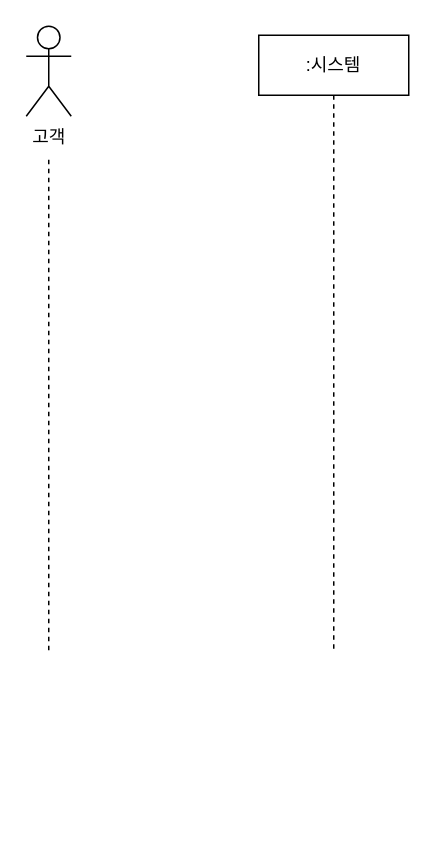
dbsrudrla/diagram keeps this draw.io diagram as 시분설_5번과제.drawio. Above is the earlier version. Source tidied: cells renumbered, new cells numbered last; positions are measured from the earlier drawing's top-left corner, leaving out a move shared by most shapes. Both pictures are drawn from the tidied source at 150%, with x=0, y=0 at pixel (26, 26).
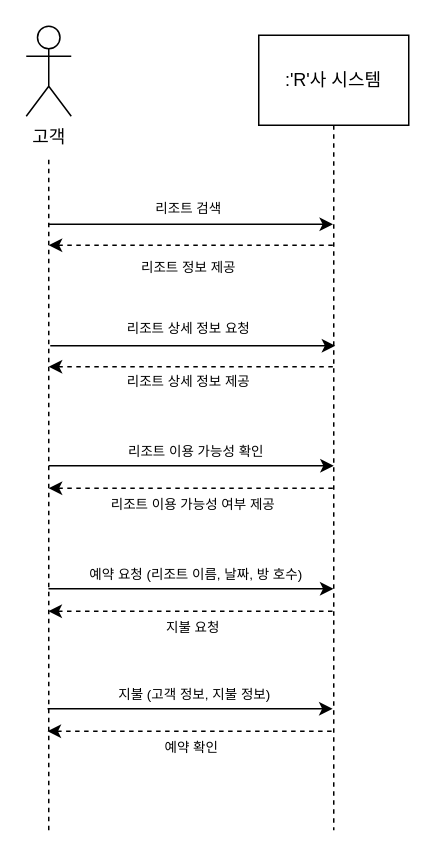
The same diagram, later.

Commit message (it also covers changes not shown here):
시분설_5번과제.drawio 업데이트

The edit, as a diff of the source:
```diff
@@
     <mxCell id="3" style="endArrow=none;dashed=1;html=1;rounded=0;" parent="1" edge="1">
       <mxGeometry relative="1" as="geometry">
-        <mxPoint x="15" y="416" as="sourcePoint" />
+        <mxPoint x="15" y="536" as="sourcePoint" />
         <mxPoint x="15" y="86" as="targetPoint" />
       </mxGeometry>
     </mxCell>
-    <mxCell id="4" value=":시스템" style="shape=umlLifeline;perimeter=lifelinePerimeter;whiteSpace=wrap;html=1;outlineConnect=0;portConstraint=eastwest;newEdgeStyle={&quot;edgeStyle&quot;:&quot;elbowEdgeStyle&quot;,&quot;elbow&quot;:&quot;vertical&quot;,&quot;curved&quot;:0,&quot;rounded&quot;:0};" parent="1" vertex="1">
-      <mxGeometry x="155" y="6" width="100" height="410" as="geometry" />
+    <mxCell id="4" value=":'R'사 시스템" style="shape=umlLifeline;perimeter=lifelinePerimeter;whiteSpace=wrap;html=1;outlineConnect=0;portConstraint=eastwest;newEdgeStyle={&quot;edgeStyle&quot;:&quot;elbowEdgeStyle&quot;,&quot;elbow&quot;:&quot;vertical&quot;,&quot;curved&quot;:0,&quot;rounded&quot;:0};size=60;" parent="1" vertex="1">
+      <mxGeometry x="155" y="6" width="100" height="530" as="geometry" />
     </mxCell>
+    <mxCell id="5" style="endArrow=classic;html=1;rounded=0;" parent="1" edge="1" target="4">
+      <mxGeometry relative="1" as="geometry">
+        <mxPoint x="15" y="132" as="sourcePoint" />
+      </mxGeometry>
+    </mxCell>
+    <mxCell id="6" style="endArrow=none;html=1;rounded=0;dashed=1;endFill=0;startArrow=classic;startFill=1;" parent="1" edge="1">
+      <mxGeometry relative="1" as="geometry">
+        <mxPoint x="15" y="146" as="sourcePoint" />
+        <mxPoint x="205" y="146" as="targetPoint" />
+      </mxGeometry>
+    </mxCell>
+    <mxCell id="7" style="endArrow=classic;html=1;rounded=0;" parent="1" edge="1">
+      <mxGeometry relative="1" as="geometry">
+        <mxPoint x="16" y="213" as="sourcePoint" />
+        <mxPoint x="206" y="213" as="targetPoint" />
+      </mxGeometry>
+    </mxCell>
+    <mxCell id="8" style="endArrow=none;html=1;rounded=0;dashed=1;endFill=0;startArrow=classic;startFill=1;" parent="1" edge="1">
+      <mxGeometry relative="1" as="geometry">
+        <mxPoint x="15" y="227" as="sourcePoint" />
+        <mxPoint x="205" y="227" as="targetPoint" />
+      </mxGeometry>
+    </mxCell>
+    <mxCell id="9" style="endArrow=classic;html=1;rounded=0;" parent="1" edge="1">
+      <mxGeometry relative="1" as="geometry">
+        <mxPoint x="15" y="293" as="sourcePoint" />
+        <mxPoint x="205" y="293" as="targetPoint" />
+      </mxGeometry>
+    </mxCell>
+    <mxCell id="10" style="endArrow=none;html=1;rounded=0;dashed=1;endFill=0;startArrow=classic;startFill=1;" parent="1" edge="1">
+      <mxGeometry relative="1" as="geometry">
+        <mxPoint x="15" y="308" as="sourcePoint" />
+        <mxPoint x="205" y="308" as="targetPoint" />
+      </mxGeometry>
+    </mxCell>
+    <mxCell id="11" value="리조트 검색" style="text;html=1;align=center;verticalAlign=middle;strokeColor=none;fillColor=none;fontSize=9;" parent="1" vertex="1">
+      <mxGeometry x="68" y="107" width="80" height="30" as="geometry" />
+    </mxCell>
+    <mxCell id="12" value="리조트 정보 제공" style="text;html=1;align=center;verticalAlign=middle;strokeColor=none;fillColor=none;fontSize=9;" parent="1" vertex="1">
+      <mxGeometry x="58" y="146" width="100" height="30" as="geometry" />
+    </mxCell>
+    <mxCell id="13" value="리조트 상세 정보 요청" style="text;html=1;align=center;verticalAlign=middle;strokeColor=none;fillColor=none;fontSize=9;" parent="1" vertex="1">
+      <mxGeometry x="48" y="187" width="120" height="30" as="geometry" />
+    </mxCell>
+    <mxCell id="14" value="리조트 상세 정보 제공" style="text;html=1;align=center;verticalAlign=middle;strokeColor=none;fillColor=none;fontSize=9;" parent="1" vertex="1">
+      <mxGeometry x="48" y="222" width="120" height="30" as="geometry" />
+    </mxCell>
+    <mxCell id="15" value="리조트 이용 가능성 확인" style="text;html=1;align=center;verticalAlign=middle;strokeColor=none;fillColor=none;fontSize=9;" parent="1" vertex="1">
+      <mxGeometry x="48" y="269" width="130" height="30" as="geometry" />
+    </mxCell>
+    <mxCell id="16" value="리조트 이용 가능성 여부 제공" style="text;html=1;align=center;verticalAlign=middle;strokeColor=none;fillColor=none;fontSize=9;" parent="1" vertex="1">
+      <mxGeometry x="36" y="304" width="150" height="30" as="geometry" />
+    </mxCell>
+    <mxCell id="17" style="endArrow=classic;html=1;rounded=0;" parent="1" edge="1">
+      <mxGeometry relative="1" as="geometry">
+        <mxPoint x="14.8" y="375" as="sourcePoint" />
+        <mxPoint x="204.8" y="375" as="targetPoint" />
+      </mxGeometry>
+    </mxCell>
+    <mxCell id="18" style="endArrow=none;html=1;rounded=0;dashed=1;endFill=0;startArrow=classic;startFill=1;" parent="1" edge="1">
+      <mxGeometry relative="1" as="geometry">
+        <mxPoint x="14.8" y="390" as="sourcePoint" />
+        <mxPoint x="204.8" y="390" as="targetPoint" />
+      </mxGeometry>
+    </mxCell>
+    <mxCell id="19" value="예약 요청 (리조트 이름, 날짜, 방 호수)" style="text;html=1;align=center;verticalAlign=middle;strokeColor=none;fillColor=none;fontSize=9;" parent="1" vertex="1">
+      <mxGeometry x="17.8" y="351" width="190" height="30" as="geometry" />
+    </mxCell>
+    <mxCell id="20" value="지불 요청" style="text;html=1;align=center;verticalAlign=middle;strokeColor=none;fillColor=none;fontSize=9;" parent="1" vertex="1">
+      <mxGeometry x="75.8" y="386" width="70" height="30" as="geometry" />
+    </mxCell>
+    <mxCell id="21" style="endArrow=classic;html=1;rounded=0;" parent="1" edge="1">
+      <mxGeometry relative="1" as="geometry">
+        <mxPoint x="14.2" y="455" as="sourcePoint" />
+        <mxPoint x="204.2" y="455" as="targetPoint" />
+      </mxGeometry>
+    </mxCell>
+    <mxCell id="22" style="endArrow=none;html=1;rounded=0;dashed=1;endFill=0;startArrow=classic;startFill=1;" parent="1" edge="1">
+      <mxGeometry relative="1" as="geometry">
+        <mxPoint x="14.2" y="470" as="sourcePoint" />
+        <mxPoint x="204.2" y="470" as="targetPoint" />
+      </mxGeometry>
+    </mxCell>
+    <mxCell id="23" value="지불 (고객 정보, 지불 정보)" style="text;html=1;align=center;verticalAlign=middle;strokeColor=none;fillColor=none;fontSize=9;" parent="1" vertex="1">
+      <mxGeometry x="42.2" y="431" width="140" height="30" as="geometry" />
+    </mxCell>
+    <mxCell id="24" value="예약 확인" style="text;html=1;align=center;verticalAlign=middle;strokeColor=none;fillColor=none;fontSize=9;" parent="1" vertex="1">
+      <mxGeometry x="75.2" y="466" width="70" height="30" as="geometry" />
+    </mxCell>
```
